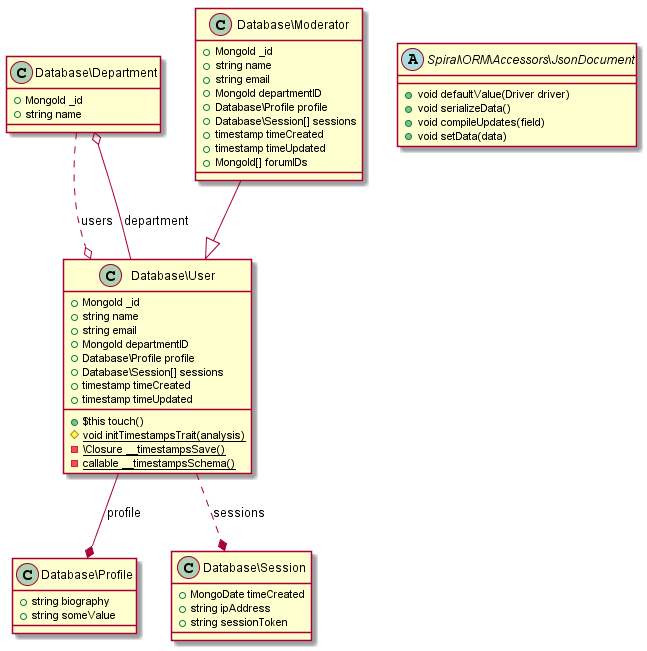
Above: resources/uml.png in spiral/docs (PlantUML), before the change.
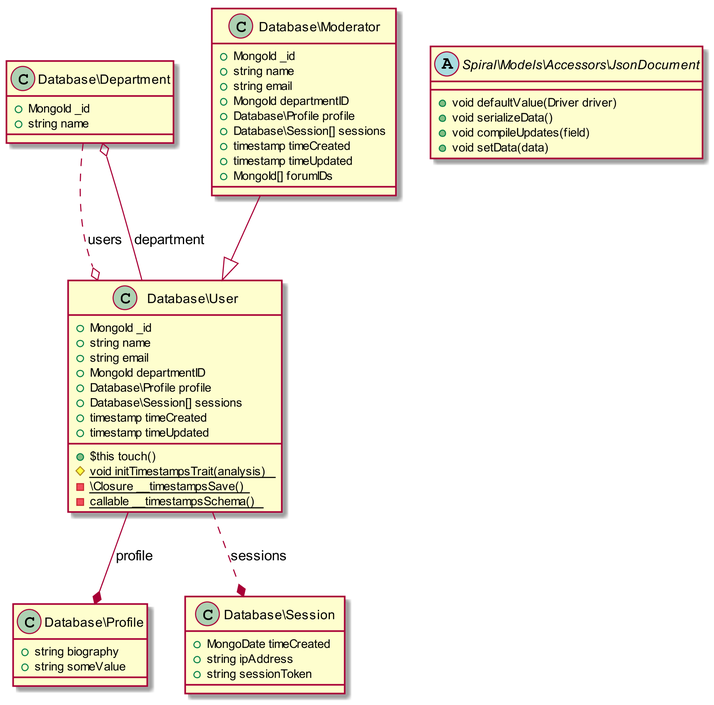
After the commit.

Diff of the diagram source:
```diff
@@ -48,11 +48,11 @@
 
 "Database\\User" --* "Database\\Profile":profile
 
-"Database\\User" ..*"Database\\Session":sessions
+"Database\\User" ..* "Database\\Session":sessions
 
 "Database\\User" --o "Database\\Department":department
 
-abstract class "Spiral\\ORM\\Accessors\\JsonDocument" {
+abstract class "Spiral\\Models\\Accessors\\JsonDocument" {
   + void defaultValue(Driver driver)
   + void serializeData()
   + void compileUpdates(field)
```
